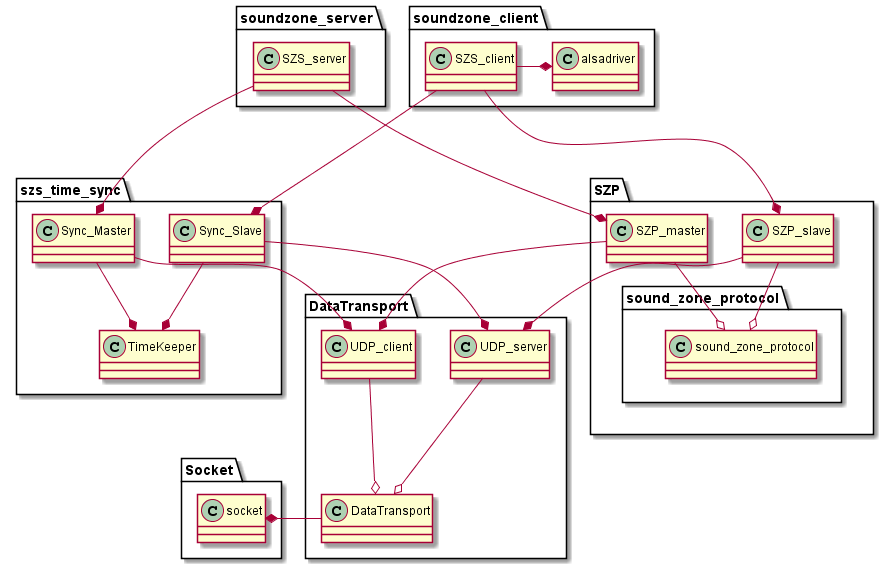
NielsDyrberg/Wireless_sound_zones keeps this PlantUML diagram as diagrams/class_diagram.png. Above is the earlier version.
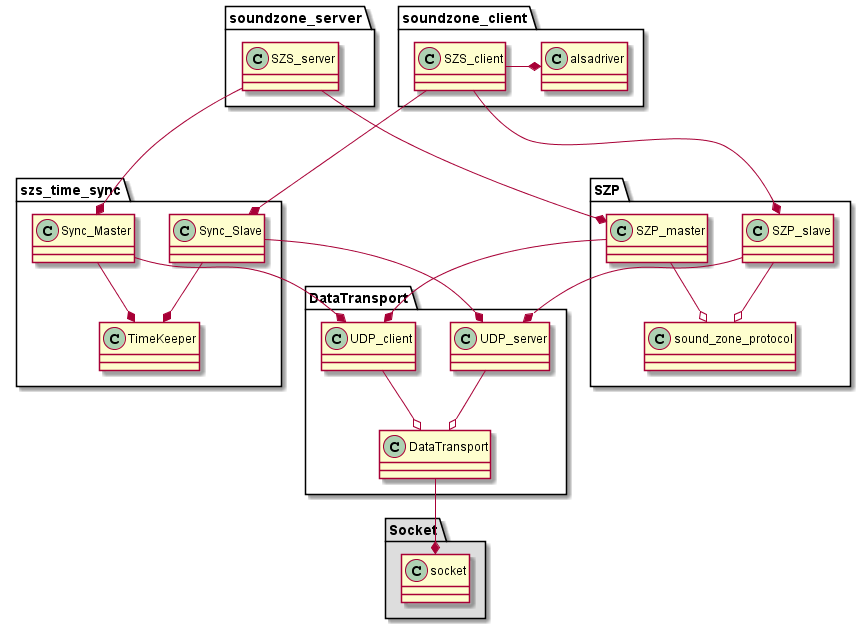
After the change.

Commit message:
updated class_diagram

The edit, as a diff of the source:
```diff
@@ -15,10 +15,7 @@
     package SZP {
         SZP_master --o sound_zone_protocol
         SZP_slave --o sound_zone_protocol
-
-        package sound_zone_protocol {
-            class sound_zone_protocol {}
-        }
+        class sound_zone_protocol {}
     }
 
     package szs_time_sync {
@@ -33,8 +30,8 @@
 
     }
 
-    package Socket{
-        DataTransport -right-* socket
+    package Socket #DDDDDD {
+        DataTransport -down-* socket
     }
 }
 
```
